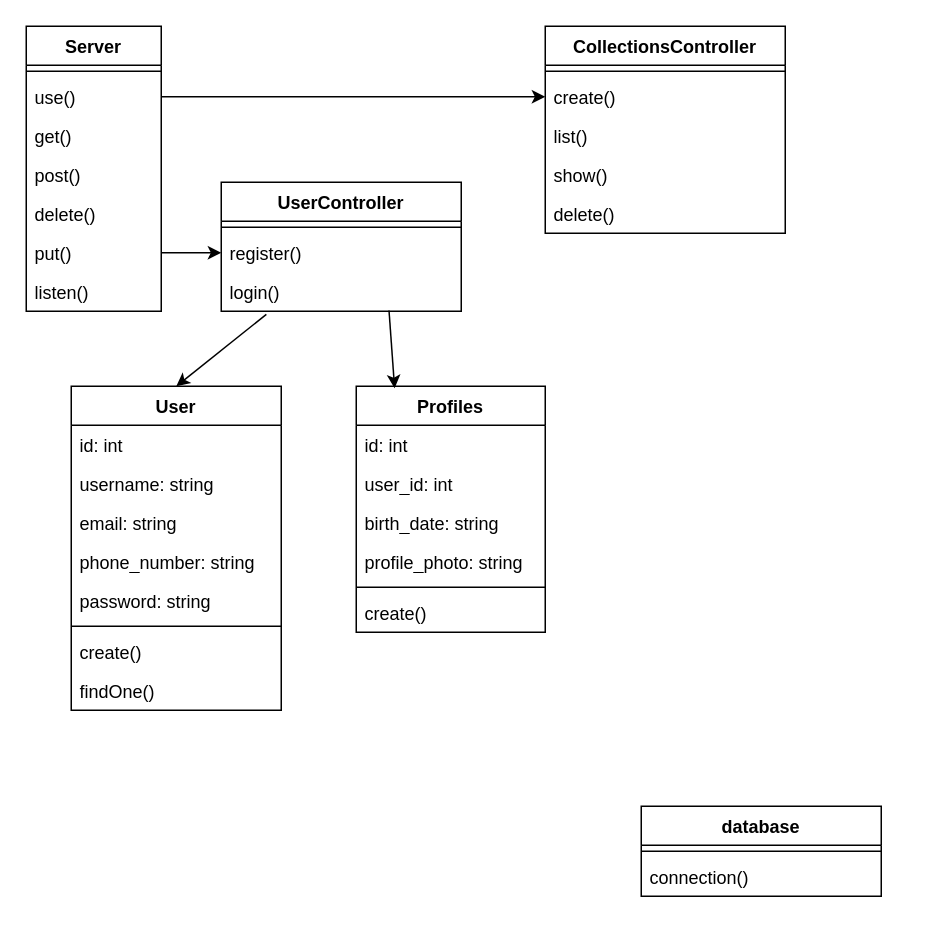
The draw.io diagram DiagramaClass.drawio in manuely32/Diagramas, before the edit. Source tidied: cells renumbered, new cells numbered last; positions are measured from the earlier drawing's top-left corner, leaving out a move shared by most shapes. Both pictures are drawn from the tidied source at 150%, with x=0, y=0 at pixel (26, 26).
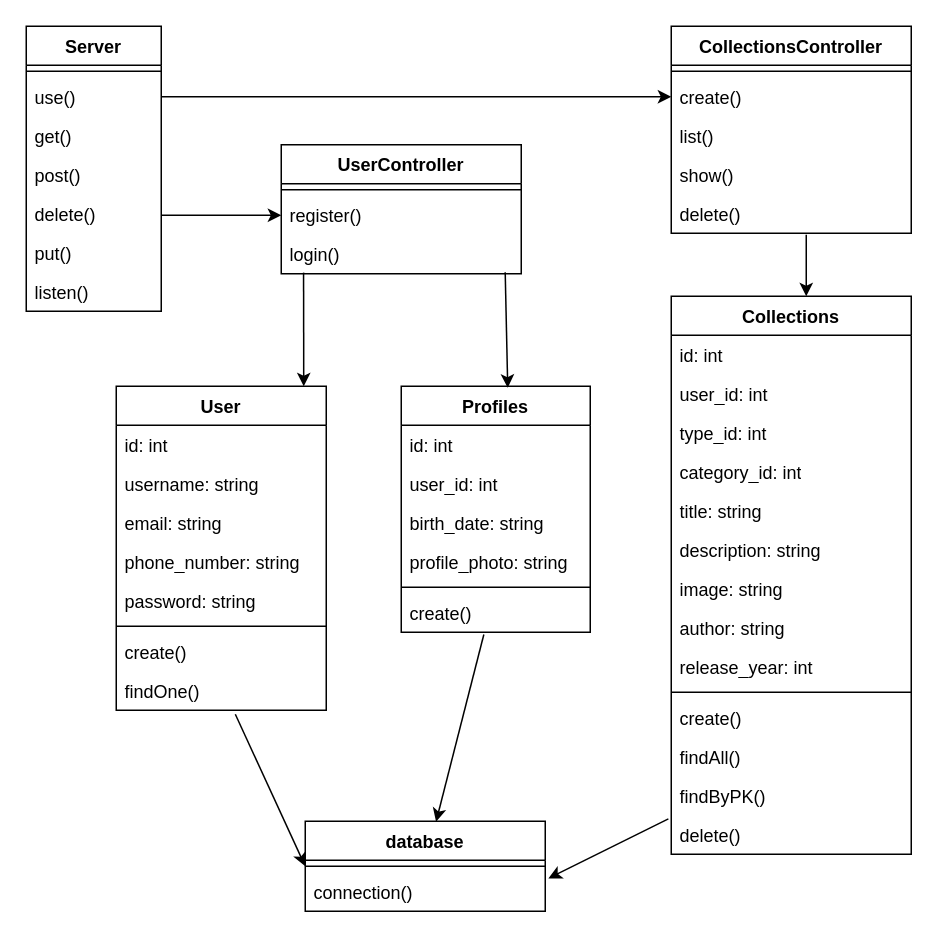
After the change.

Unchanged cells that the change refers to:
```xml
<mxCell id="8" value="put()" style="text;strokeColor=none;fillColor=none;align=left;verticalAlign=top;spacingLeft=4;spacingRight=4;overflow=hidden;points=[[0,0.5],[1,0.5]];portConstraint=eastwest;whiteSpace=wrap;html=1;" parent="2" vertex="1">
  <mxGeometry y="138" width="90" height="26" as="geometry" />
</mxCell>
<mxCell id="12" value="register()" style="text;strokeColor=none;fillColor=none;align=left;verticalAlign=top;spacingLeft=4;spacingRight=4;overflow=hidden;points=[[0,0.5],[1,0.5]];portConstraint=eastwest;whiteSpace=wrap;html=1;" parent="10" vertex="1">
  <mxGeometry y="34" width="160" height="26" as="geometry" />
</mxCell>
<mxCell id="13" value="login()" style="text;strokeColor=none;fillColor=none;align=left;verticalAlign=top;spacingLeft=4;spacingRight=4;overflow=hidden;points=[[0,0.5],[1,0.5]];portConstraint=eastwest;whiteSpace=wrap;html=1;" parent="10" vertex="1">
  <mxGeometry y="60" width="160" height="26" as="geometry" />
</mxCell>
<mxCell id="22" value="findOne()" style="text;strokeColor=none;fillColor=none;align=left;verticalAlign=top;spacingLeft=4;spacingRight=4;overflow=hidden;points=[[0,0.5],[1,0.5]];portConstraint=eastwest;whiteSpace=wrap;html=1;" parent="14" vertex="1">
  <mxGeometry y="190" width="140" height="26" as="geometry" />
</mxCell>
<mxCell id="29" value="create()" style="text;strokeColor=none;fillColor=none;align=left;verticalAlign=top;spacingLeft=4;spacingRight=4;overflow=hidden;points=[[0,0.5],[1,0.5]];portConstraint=eastwest;whiteSpace=wrap;html=1;" parent="23" vertex="1">
  <mxGeometry y="138" width="126" height="26" as="geometry" />
</mxCell>
<mxCell id="32" value="connection()" style="text;strokeColor=none;fillColor=none;align=left;verticalAlign=top;spacingLeft=4;spacingRight=4;overflow=hidden;points=[[0,0.5],[1,0.5]];portConstraint=eastwest;whiteSpace=wrap;html=1;" parent="30" vertex="1">
  <mxGeometry y="34" width="160" height="26" as="geometry" />
</mxCell>
```

Diff of the diagram source:
```diff
@@
     <mxCell id="10" value="UserController" style="swimlane;fontStyle=1;align=center;verticalAlign=top;horizontal=1;startSize=26;whiteSpace=wrap;html=1;" parent="1" vertex="1">
-      <mxGeometry x="130" y="104" width="160" height="86" as="geometry" />
+      <mxGeometry x="170" y="79" width="160" height="86" as="geometry" />
     </mxCell>
@@
     <mxCell id="14" value="User" style="swimlane;fontStyle=1;align=center;verticalAlign=top;horizontal=1;startSize=26;whiteSpace=wrap;html=1;" parent="1" vertex="1">
-      <mxGeometry x="30" y="240" width="140" height="216" as="geometry" />
+      <mxGeometry x="60" y="240" width="140" height="216" as="geometry" />
     </mxCell>
@@
     <mxCell id="23" value="Profiles" style="swimlane;fontStyle=1;align=center;verticalAlign=top;horizontal=1;startSize=26;whiteSpace=wrap;html=1;" parent="1" vertex="1">
-      <mxGeometry x="220" y="240" width="126" height="164" as="geometry" />
+      <mxGeometry x="250" y="240" width="126" height="164" as="geometry" />
     </mxCell>
@@
     <mxCell id="30" value="database" style="swimlane;fontStyle=1;align=center;verticalAlign=top;horizontal=1;startSize=26;whiteSpace=wrap;html=1;" parent="1" vertex="1">
-      <mxGeometry x="410" y="520" width="160" height="60" as="geometry" />
+      <mxGeometry x="186" y="530" width="160" height="60" as="geometry" />
     </mxCell>
@@
-    <mxCell id="33" style="endArrow=classic;html=1;rounded=0;entryX=0;entryY=0.5;entryDx=0;entryDy=0;exitX=1;exitY=0.5;exitDx=0;exitDy=0;" parent="1" edge="1" source="8" target="12">
-      <mxGeometry relative="1" as="geometry" />
+    <mxCell id="33" style="endArrow=classic;html=1;rounded=0;entryX=0;entryY=0.5;entryDx=0;entryDy=0;exitX=1;exitY=0.5;exitDx=0;exitDy=0;" parent="1" edge="1" target="12">
+      <mxGeometry relative="1" as="geometry">
+        <mxPoint x="90" y="126" as="sourcePoint" />
+      </mxGeometry>
     </mxCell>
-    <mxCell id="34" style="endArrow=classic;html=1;rounded=0;exitX=0.188;exitY=1.08;exitDx=0;exitDy=0;exitPerimeter=0;entryX=0.5;entryY=0;entryDx=0;entryDy=0;" parent="1" edge="1" source="13" target="14">
-      <mxGeometry relative="1" as="geometry" />
+    <mxCell id="34" style="endArrow=classic;html=1;rounded=0;exitX=0.093;exitY=0.971;exitDx=0;exitDy=0;exitPerimeter=0;" parent="1" edge="1" source="13">
+      <mxGeometry relative="1" as="geometry">
+        <mxPoint x="185" y="240" as="targetPoint" />
+      </mxGeometry>
     </mxCell>
-    <mxCell id="35" style="endArrow=classic;html=1;rounded=0;exitX=0.699;exitY=0.982;exitDx=0;exitDy=0;exitPerimeter=0;entryX=0.203;entryY=0.008;entryDx=0;entryDy=0;entryPerimeter=0;" parent="1" edge="1" source="13" target="23">
-      <mxGeometry relative="1" as="geometry" />
+    <mxCell id="35" style="endArrow=classic;html=1;rounded=0;exitX=0.933;exitY=0.848;exitDx=0;exitDy=0;exitPerimeter=0;" parent="1" edge="1">
+      <mxGeometry relative="1" as="geometry">
+        <mxPoint x="319.3" y="164" as="sourcePoint" />
+        <mxPoint x="321" y="241" as="targetPoint" />
+      </mxGeometry>
     </mxCell>
     <mxCell id="36" value="CollectionsController" style="swimlane;fontStyle=1;align=center;verticalAlign=top;horizontal=1;startSize=26;whiteSpace=wrap;html=1;" parent="1" vertex="1">
-      <mxGeometry x="346" width="160" height="138" as="geometry" />
+      <mxGeometry x="430" width="160" height="138" as="geometry" />
     </mxCell>
@@
+    <mxCell id="43" value="Collections" style="swimlane;fontStyle=1;align=center;verticalAlign=top;horizontal=1;startSize=26;whiteSpace=wrap;html=1;" parent="1" vertex="1">
+      <mxGeometry x="430" y="180" width="160" height="372" as="geometry" />
+    </mxCell>
+    <mxCell id="44" value="id: int" style="text;strokeColor=none;fillColor=none;align=left;verticalAlign=top;spacingLeft=4;spacingRight=4;overflow=hidden;whiteSpace=wrap;html=1;" parent="43" vertex="1">
+      <mxGeometry y="26" width="160" height="26" as="geometry" />
+    </mxCell>
+    <mxCell id="45" value="user_id: int" style="text;strokeColor=none;fillColor=none;align=left;verticalAlign=top;spacingLeft=4;spacingRight=4;overflow=hidden;whiteSpace=wrap;html=1;" parent="43" vertex="1">
+      <mxGeometry y="52" width="160" height="26" as="geometry" />
+    </mxCell>
+    <mxCell id="46" value="type_id: int" style="text;strokeColor=none;fillColor=none;align=left;verticalAlign=top;spacingLeft=4;spacingRight=4;overflow=hidden;whiteSpace=wrap;html=1;" parent="43" vertex="1">
+      <mxGeometry y="78" width="160" height="26" as="geometry" />
+    </mxCell>
+    <mxCell id="47" value="category_id: int" style="text;strokeColor=none;fillColor=none;align=left;verticalAlign=top;spacingLeft=4;spacingRight=4;overflow=hidden;whiteSpace=wrap;html=1;" parent="43" vertex="1">
+      <mxGeometry y="104" width="160" height="26" as="geometry" />
+    </mxCell>
+    <mxCell id="48" value="title: string" style="text;strokeColor=none;fillColor=none;align=left;verticalAlign=top;spacingLeft=4;spacingRight=4;overflow=hidden;whiteSpace=wrap;html=1;" parent="43" vertex="1">
+      <mxGeometry y="130" width="160" height="26" as="geometry" />
+    </mxCell>
+    <mxCell id="49" value="description: string" style="text;strokeColor=none;fillColor=none;align=left;verticalAlign=top;spacingLeft=4;spacingRight=4;overflow=hidden;whiteSpace=wrap;html=1;" parent="43" vertex="1">
+      <mxGeometry y="156" width="160" height="26" as="geometry" />
+    </mxCell>
+    <mxCell id="50" value="image: string" style="text;strokeColor=none;fillColor=none;align=left;verticalAlign=top;spacingLeft=4;spacingRight=4;overflow=hidden;whiteSpace=wrap;html=1;" parent="43" vertex="1">
+      <mxGeometry y="182" width="160" height="26" as="geometry" />
+    </mxCell>
+    <mxCell id="51" value="author: string" style="text;strokeColor=none;fillColor=none;align=left;verticalAlign=top;spacingLeft=4;spacingRight=4;overflow=hidden;whiteSpace=wrap;html=1;" parent="43" vertex="1">
+      <mxGeometry y="208" width="160" height="26" as="geometry" />
+    </mxCell>
+    <mxCell id="52" value="release_year: int" style="text;strokeColor=none;fillColor=none;align=left;verticalAlign=top;spacingLeft=4;spacingRight=4;overflow=hidden;whiteSpace=wrap;html=1;" parent="43" vertex="1">
+      <mxGeometry y="234" width="160" height="26" as="geometry" />
+    </mxCell>
+    <mxCell id="53" style="line;strokeWidth=1;fillColor=none;align=left;verticalAlign=middle;spacingTop=-1;spacingLeft=3;spacingRight=3;labelPosition=right;strokeColor=inherit;" parent="43" vertex="1">
+      <mxGeometry y="260" width="160" height="8" as="geometry" />
+    </mxCell>
+    <mxCell id="54" value="create()" style="text;strokeColor=none;fillColor=none;align=left;verticalAlign=top;spacingLeft=4;spacingRight=4;overflow=hidden;whiteSpace=wrap;html=1;" parent="43" vertex="1">
+      <mxGeometry y="268" width="160" height="26" as="geometry" />
+    </mxCell>
+    <mxCell id="55" value="findAll()" style="text;strokeColor=none;fillColor=none;align=left;verticalAlign=top;spacingLeft=4;spacingRight=4;overflow=hidden;whiteSpace=wrap;html=1;" parent="43" vertex="1">
+      <mxGeometry y="294" width="160" height="26" as="geometry" />
+    </mxCell>
+    <mxCell id="56" value="findByPK()" style="text;strokeColor=none;fillColor=none;align=left;verticalAlign=top;spacingLeft=4;spacingRight=4;overflow=hidden;whiteSpace=wrap;html=1;" parent="43" vertex="1">
+      <mxGeometry y="320" width="160" height="26" as="geometry" />
+    </mxCell>
+    <mxCell id="57" value="delete()" style="text;strokeColor=none;fillColor=none;align=left;verticalAlign=top;spacingLeft=4;spacingRight=4;overflow=hidden;points=[[0,0.5],[1,0.5]];portConstraint=eastwest;whiteSpace=wrap;html=1;" parent="43" vertex="1">
+      <mxGeometry y="346" width="160" height="26" as="geometry" />
+    </mxCell>
+    <mxCell id="58" style="endArrow=classic;html=1;rounded=0;exitX=0.567;exitY=1.102;exitDx=0;exitDy=0;exitPerimeter=0;entryX=0;entryY=0.5;entryDx=0;entryDy=0;" parent="1" edge="1" source="22" target="30">
+      <mxGeometry relative="1" as="geometry" />
+    </mxCell>
+    <mxCell id="59" style="endArrow=classic;html=1;rounded=0;exitX=0.437;exitY=1.058;exitDx=0;exitDy=0;exitPerimeter=0;entryX=0.545;entryY=0.005;entryDx=0;entryDy=0;entryPerimeter=0;" parent="1" edge="1" source="29" target="30">
+      <mxGeometry relative="1" as="geometry" />
+    </mxCell>
+    <mxCell id="60" style="endArrow=classic;html=1;rounded=0;exitX=-0.012;exitY=0.092;exitDx=0;exitDy=0;exitPerimeter=0;entryX=1.013;entryY=0.157;entryDx=0;entryDy=0;entryPerimeter=0;" parent="1" edge="1" source="57" target="32">
+      <mxGeometry relative="1" as="geometry" />
+    </mxCell>
+    <mxCell id="61" style="endArrow=classic;html=1;rounded=0;" parent="1" edge="1">
+      <mxGeometry relative="1" as="geometry">
+        <mxPoint x="520" y="139" as="sourcePoint" />
+        <mxPoint x="520" y="180" as="targetPoint" />
+      </mxGeometry>
+    </mxCell>
```
